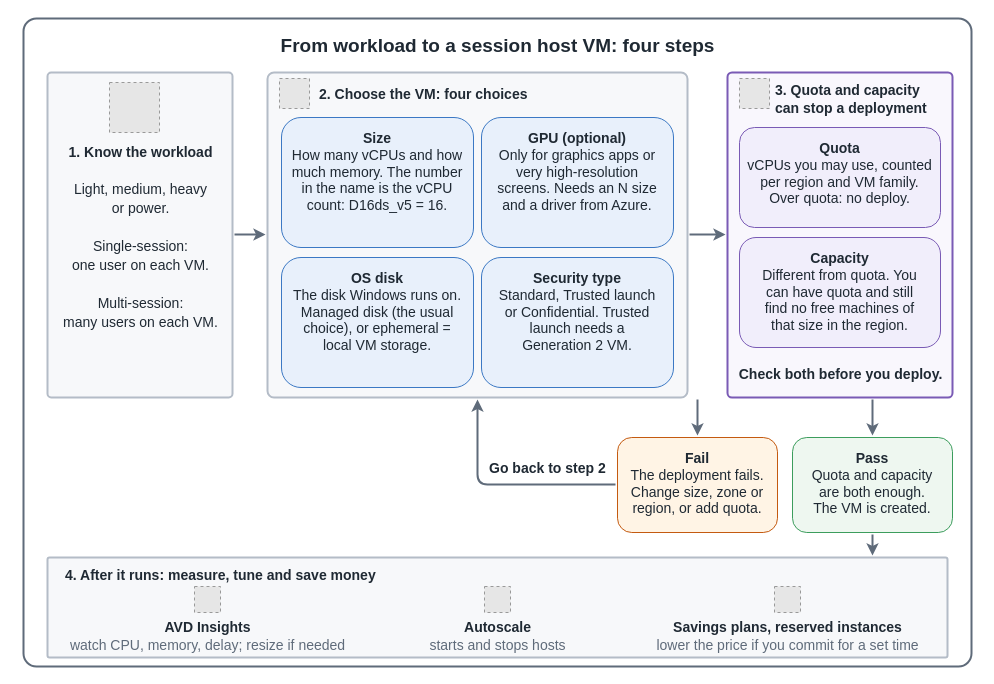
The draw.io diagram src/img/avd/AVD-Session-Host-VM-Size.drawio in AddySidd27/cloud-ai-notes, before the edit. Source tidied: cells renumbered, new cells numbered last; positions are measured from the earlier drawing's top-left corner, leaving out a move shared by most shapes. Both pictures are drawn from the tidied source at 100%, with x=0, y=0 at pixel (17, 18). Pictures stored in the file or linked from it are replaced by grey dashed boxes.
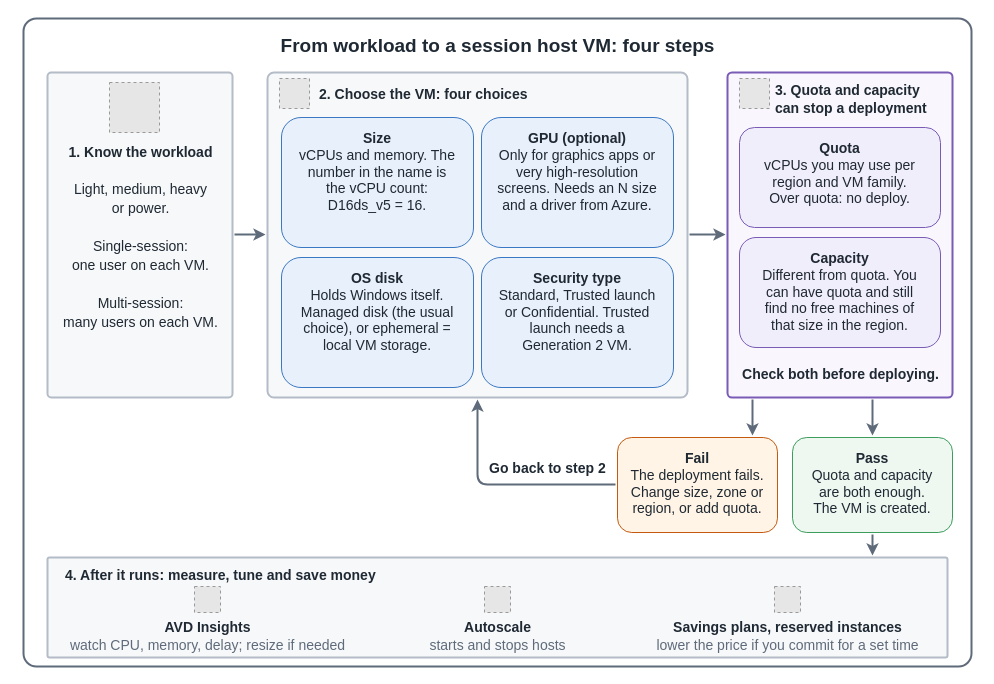
Above is the later version.

What changed in the source:
```diff
@@
-    <mxCell id="18" value="&lt;b&gt;Size&lt;/b&gt;&lt;br&gt;How many vCPUs and how&lt;br&gt;much memory. The number&lt;br&gt;in the name is the vCPU&lt;br&gt;count: D16ds_v5 = 16." style="rounded=1;whiteSpace=wrap;html=1;fillColor=#e8f0fb;strokeColor=#3b78c4;fontSize=14;fontColor=#1f2933;verticalAlign=top;spacingTop=6;" parent="1" vertex="1">
+    <mxCell id="18" value="&lt;b&gt;Size&lt;/b&gt;&lt;br&gt;vCPUs and memory. The&lt;br&gt;number in the name is&lt;br&gt;the vCPU count:&lt;br&gt;D16ds_v5 = 16." style="rounded=1;whiteSpace=wrap;html=1;fillColor=#e8f0fb;strokeColor=#3b78c4;fontSize=14;fontColor=#1f2933;verticalAlign=top;spacingTop=6;" parent="1" vertex="1">
       <mxGeometry x="264" y="99" width="192" height="130" as="geometry" />
     </mxCell>
@@
-    <mxCell id="20" value="&lt;b&gt;OS disk&lt;/b&gt;&lt;br&gt;The disk Windows runs on.&lt;br&gt;Managed disk (the usual&lt;br&gt;choice), or ephemeral =&lt;br&gt;local VM storage." style="rounded=1;whiteSpace=wrap;html=1;fillColor=#e8f0fb;strokeColor=#3b78c4;fontSize=14;fontColor=#1f2933;verticalAlign=top;spacingTop=6;" parent="1" vertex="1">
+    <mxCell id="20" value="&lt;b&gt;OS disk&lt;/b&gt;&lt;br&gt;Holds Windows itself.&lt;br&gt;Managed disk (the usual&lt;br&gt;choice), or ephemeral =&lt;br&gt;local VM storage." style="rounded=1;whiteSpace=wrap;html=1;fillColor=#e8f0fb;strokeColor=#3b78c4;fontSize=14;fontColor=#1f2933;verticalAlign=top;spacingTop=6;" parent="1" vertex="1">
       <mxGeometry x="264" y="239" width="192" height="130" as="geometry" />
     </mxCell>
@@
-    <mxCell id="26" value="&lt;b&gt;Quota&lt;/b&gt;&lt;br&gt;vCPUs you may use, counted&lt;br&gt;per region and VM family.&lt;br&gt;Over quota: no deploy." style="rounded=1;whiteSpace=wrap;html=1;fillColor=#f1eefb;strokeColor=#7a5bb5;fontSize=14;fontColor=#1f2933;verticalAlign=top;spacingTop=6;" parent="1" vertex="1">
+    <mxCell id="26" value="&lt;b&gt;Quota&lt;/b&gt;&lt;br&gt;vCPUs you may use per&lt;br&gt;region and VM family.&lt;br&gt;Over quota: no deploy." style="rounded=1;whiteSpace=wrap;html=1;fillColor=#f1eefb;strokeColor=#7a5bb5;fontSize=14;fontColor=#1f2933;verticalAlign=top;spacingTop=6;" parent="1" vertex="1">
       <mxGeometry x="722" y="109" width="201" height="100" as="geometry" />
     </mxCell>
@@
-    <mxCell id="28" value="&lt;b&gt;Check both before you deploy.&lt;/b&gt;" style="text;html=1;align=center;verticalAlign=middle;fontSize=14;fontColor=#1f2933;" parent="1" vertex="1">
+    <mxCell id="28" value="&lt;b&gt;Check both before deploying.&lt;/b&gt;" style="text;html=1;align=center;verticalAlign=middle;fontSize=14;fontColor=#1f2933;" parent="1" vertex="1">
       <mxGeometry x="722" y="344" width="201" height="24" as="geometry" />
     </mxCell>
@@
     <mxCell id="33" style="edgeStyle=none;html=1;endArrow=classic;strokeColor=#5f6b7a;strokeWidth=2;" parent="1" edge="1">
       <mxGeometry relative="1" as="geometry">
-        <mxPoint x="680" y="381" as="sourcePoint" />
-        <mxPoint x="680" y="417" as="targetPoint" />
+        <mxPoint x="735" y="381" as="sourcePoint" />
+        <mxPoint x="735" y="417" as="targetPoint" />
       </mxGeometry>
     </mxCell>
```
